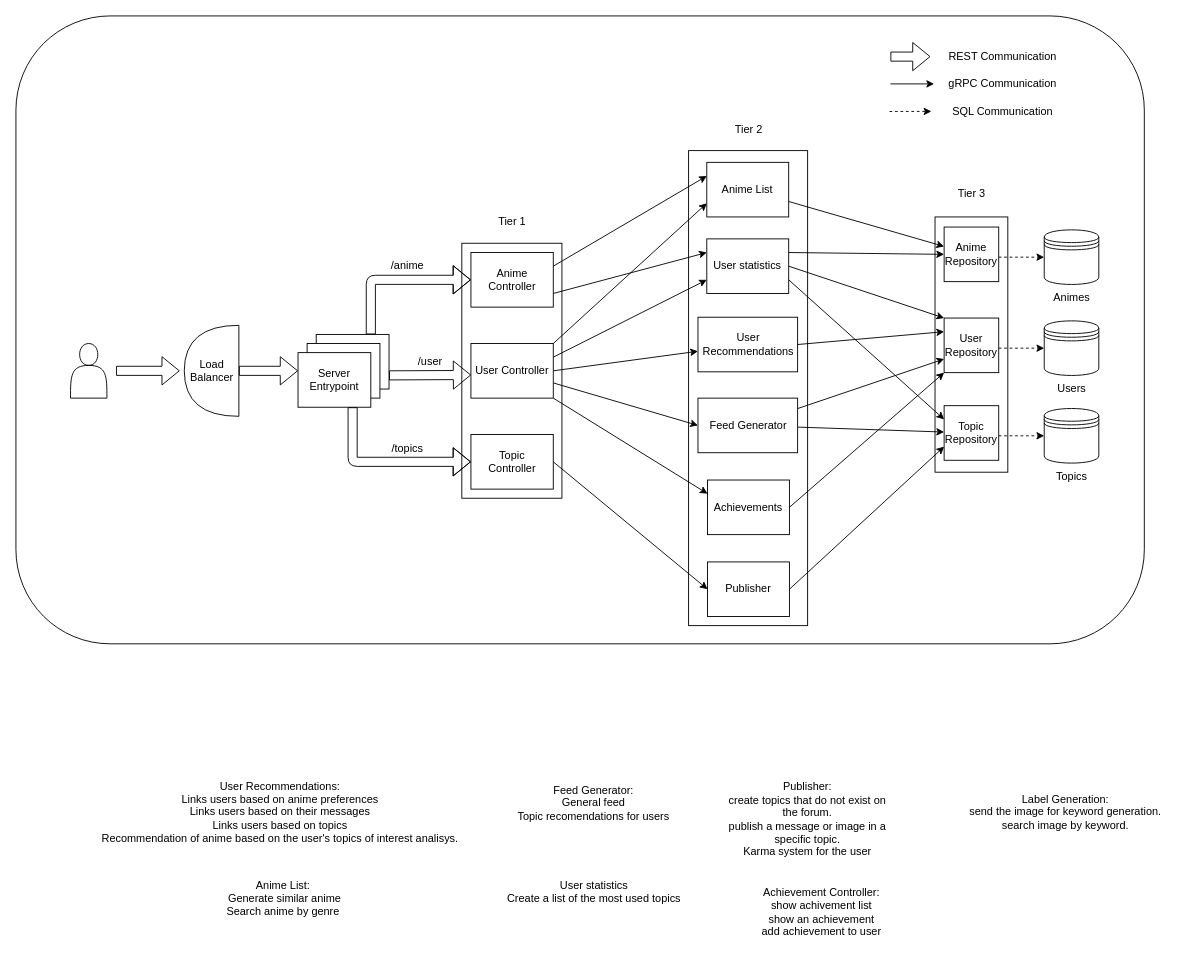
Earlier version of the draw.io diagram draw.drawio (GoncaloP0710/Ani-F0rum). Source tidied: cells renumbered, new cells numbered last; positions are measured from the earlier drawing's top-left corner, leaving out a move shared by most shapes. Both pictures are drawn from the tidied source at 91%, with x=0, y=0 at pixel (15, 15).
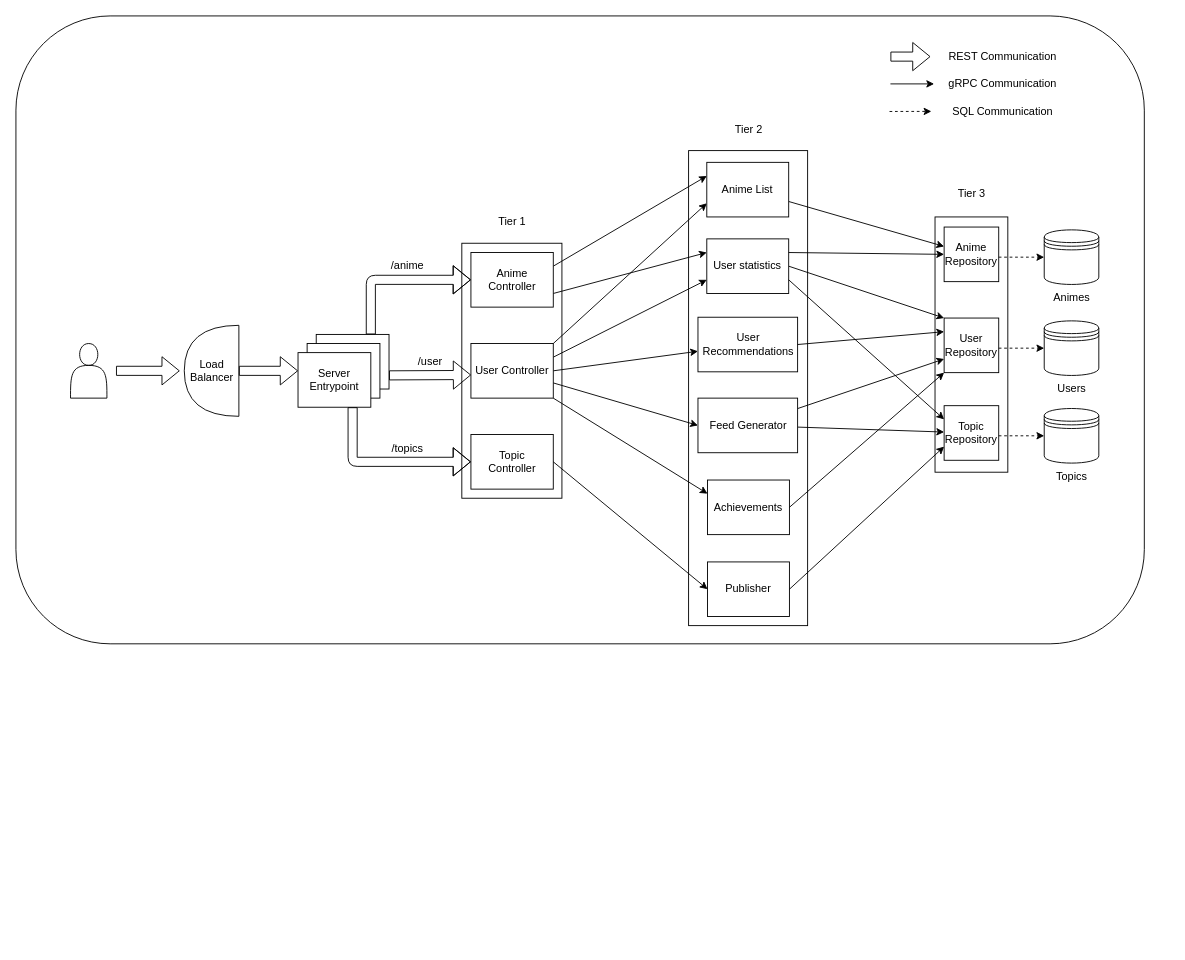
The same page after the edit.

Diff of the diagram source:
```diff
@@
-    <mxCell id="27" value="Anime List:&amp;nbsp;&lt;div&gt;Generate similar anime&lt;/div&gt;&lt;div&gt;Search anime by genre&amp;nbsp;&lt;/div&gt;" style="text;html=1;align=center;verticalAlign=middle;strokeColor=none;fillColor=none;" parent="1" vertex="1">
-      <mxGeometry x="215.2" y="940" width="160" height="60" as="geometry" />
-    </mxCell>
-    <mxCell id="28" value="Feed Generator:&lt;div&gt;General feed&lt;/div&gt;&lt;div&gt;Topic recomendations for users&lt;/div&gt;" style="text;html=1;align=center;verticalAlign=middle;whiteSpace=wrap;rounded=0;" parent="1" vertex="1">
-      <mxGeometry x="530" y="825" width="209.5" height="80" as="geometry" />
-    </mxCell>
-    <mxCell id="29" value="Label Generation:&lt;br&gt;&lt;div&gt;send the image for keyword generation.&lt;/div&gt;&lt;div&gt;search image by keyword.&lt;/div&gt;" style="text;html=1;align=center;verticalAlign=middle;strokeColor=none;fillColor=none;" parent="1" vertex="1">
-      <mxGeometry x="1037.5" y="845" width="230" height="60" as="geometry" />
-    </mxCell>
@@
-    <mxCell id="40" value="User&amp;nbsp;statistics&lt;div&gt;&lt;div style=&quot;scrollbar-color: light-dark(#e2e2e2, #4b4b4b)&lt;br/&gt;&#9;&#9;&#9;&#9;&#9;light-dark(#fbfbfb, var(--dark-panel-color));&quot;&gt;Create a list of the most used topics&lt;/div&gt;&lt;/div&gt;&lt;div&gt;&lt;br&gt;&lt;/div&gt;" style="text;html=1;align=center;verticalAlign=middle;strokeColor=none;fillColor=none;" parent="1" vertex="1">
-      <mxGeometry x="524.8" y="940" width="220" height="60" as="geometry" />
-    </mxCell>
@@
-    <mxCell id="49" value="Publisher:&lt;div&gt;&lt;div&gt;create topics that do not exist on the forum.&lt;/div&gt;&lt;div&gt;publish a message or image in a specific topic.&lt;/div&gt;&lt;/div&gt;&lt;div&gt;Karma system for the user&lt;/div&gt;" style="text;html=1;align=center;verticalAlign=middle;whiteSpace=wrap;rounded=0;" parent="1" vertex="1">
-      <mxGeometry x="780" y="825" width="180" height="115" as="geometry" />
-    </mxCell>
@@
-    <mxCell id="52" value="User Recommendations:&lt;div&gt;Links users based on anime preferences&lt;/div&gt;&lt;div&gt;Links users based on their messages&lt;/div&gt;&lt;div&gt;Links users based on topics&lt;/div&gt;&lt;div&gt;&lt;span style=&quot;background-color: transparent;&quot;&gt;Recommendation of anime based on the user's topics of interest analisys.&lt;/span&gt;&lt;br&gt;&lt;/div&gt;" style="text;html=1;align=center;verticalAlign=middle;strokeColor=none;fillColor=none;" parent="1" vertex="1">
-      <mxGeometry x="70.2" y="830" width="440" height="90" as="geometry" />
-    </mxCell>
-    <mxCell id="53" value="Achievement Controller:&lt;div&gt;show achivement list&lt;/div&gt;&lt;div&gt;show an achievement&lt;/div&gt;&lt;div&gt;add achievement to user&lt;/div&gt;" style="text;html=1;align=center;verticalAlign=middle;strokeColor=none;fillColor=none;" parent="1" vertex="1">
-      <mxGeometry x="810" y="950" width="150" height="70" as="geometry" />
-    </mxCell>
```
